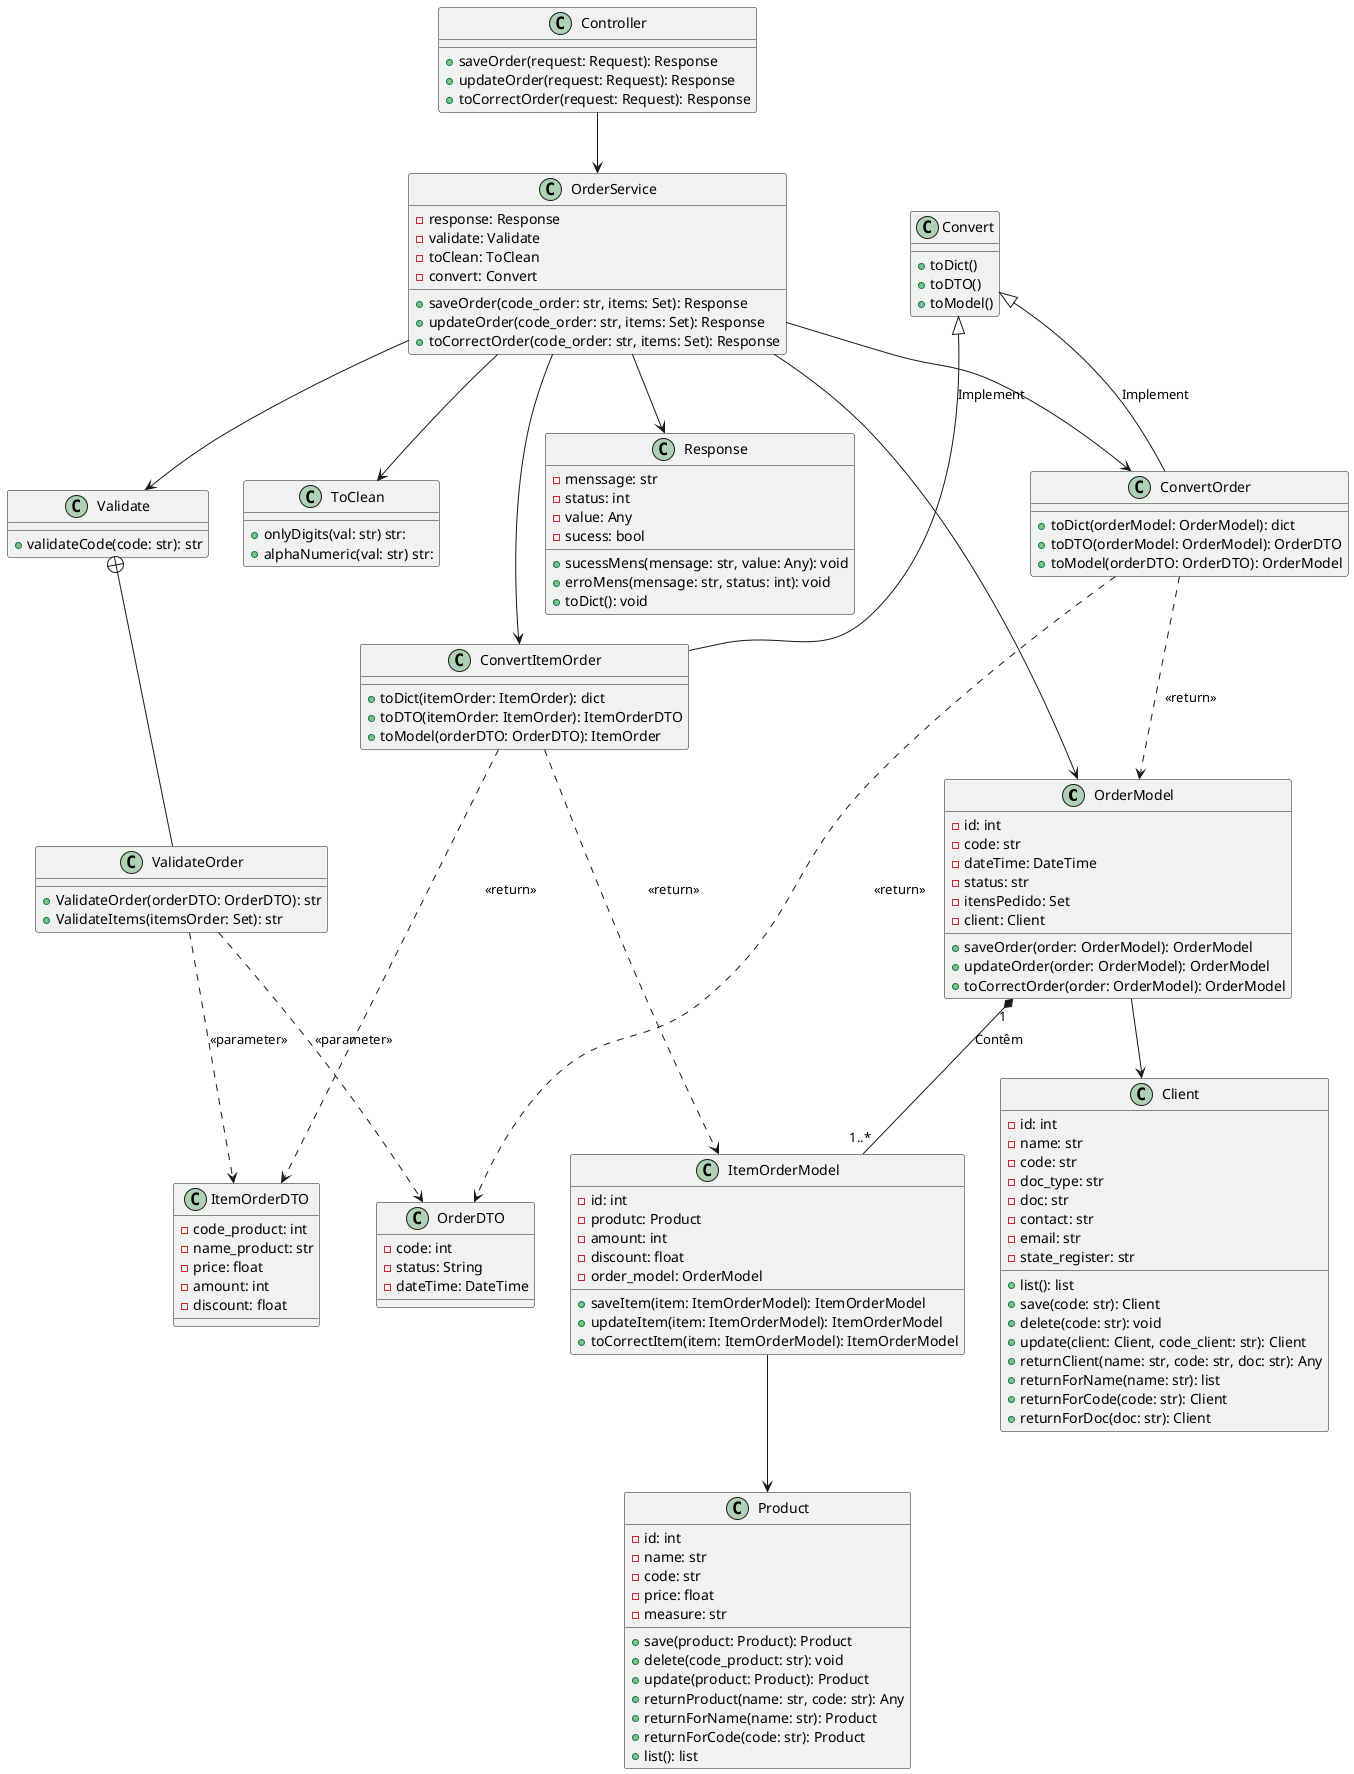
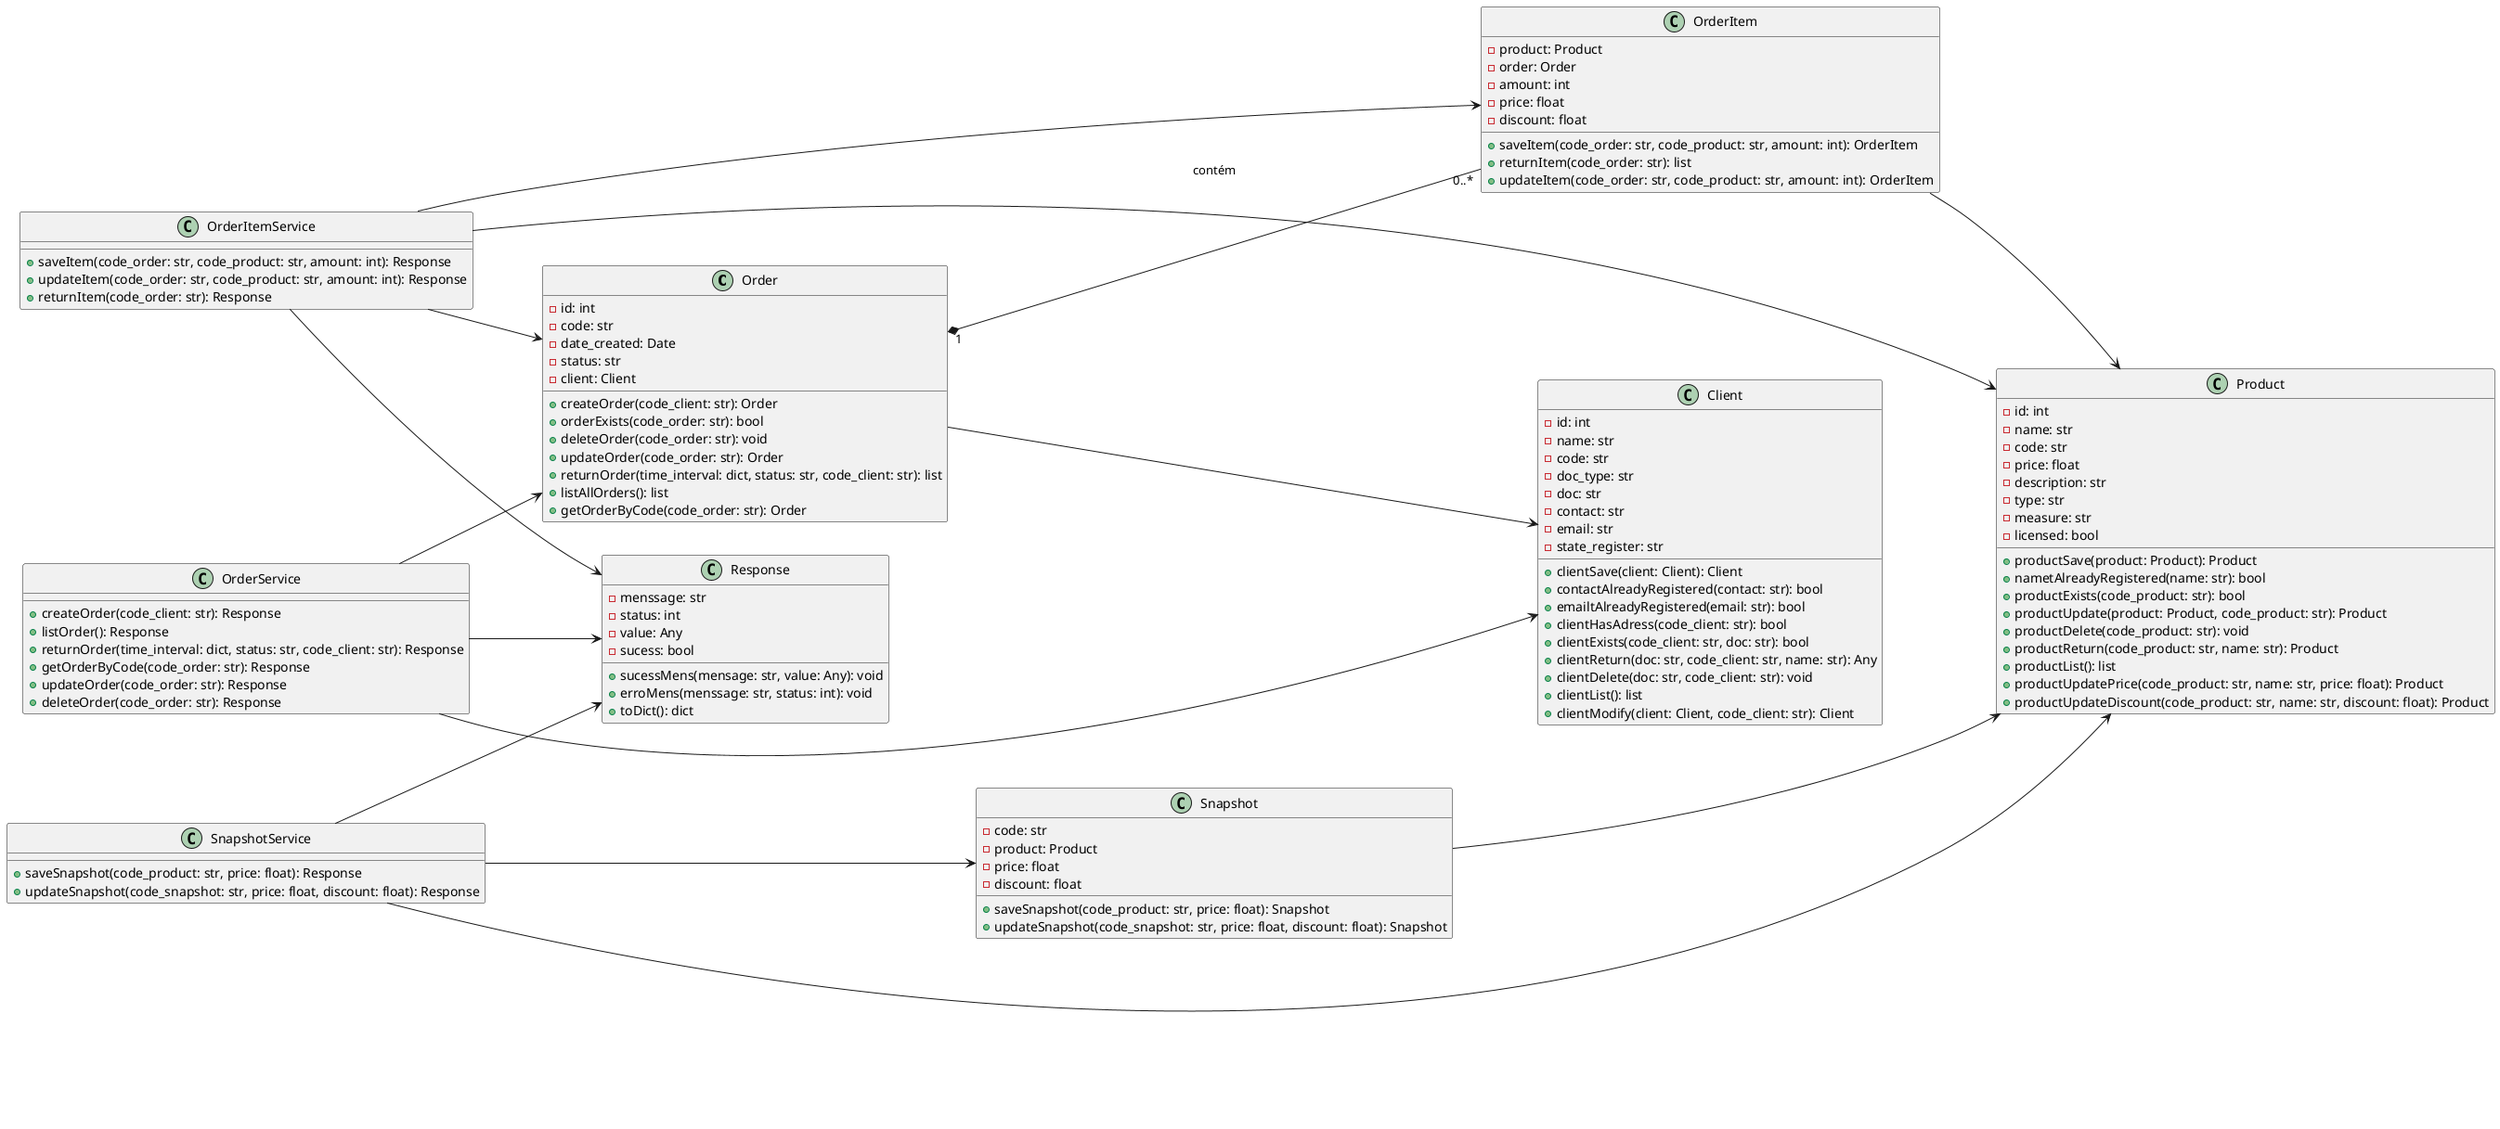
@startuml "Diagrama de Classes - Pedido"

- class OrderModel {
+ left to right direction
+ 
+ class Order {
    -id: int
    -code: str
-     -dateTime: DateTime
+     -date_created: Date
    -status: str
-     -itensPedido: Set
    -client: Client

-     +saveOrder(order: OrderModel): OrderModel
-     +updateOrder(order: OrderModel): OrderModel
-     +toCorrectOrder(order: OrderModel): OrderModel
+     +createOrder(code_client: str): Order
+     +orderExists(code_order: str): bool
+     +deleteOrder(code_order: str): void
+     +updateOrder(code_order: str): Order
+     +returnOrder(time_interval: dict, status: str, code_client: str): list
+     +listAllOrders(): list
+     +getOrderByCode(code_order: str): Order
}

class Client {
    -id: int
    -name: str
    -code: str
    -doc_type: str
    -doc: str
    -contact: str
    -email: str
    -state_register: str

-     +list(): list
-     +save(code: str): Client
-     +delete(code: str): void
-     +update(client: Client, code_client: str): Client
-     +returnClient(name: str, code: str, doc: str): Any
-     +returnForName(name: str): list
-     +returnForCode(code: str): Client
-     +returnForDoc(doc: str): Client
+     +clientSave(client: Client): Client
+     +contactAlreadyRegistered(contact: str): bool
+     +emailtAlreadyRegistered(email: str): bool
+     +clientHasAdress(code_client: str): bool
+     +clientExists(code_client: str, doc: str): bool
+     +clientReturn(doc: str, code_client: str, name: str): Any
+     +clientDelete(doc: str, code_client: str): void
+     +clientList(): list
+     +clientModify(client: Client, code_client: str): Client
}

class Product {
    -id: int
    -name: str
    -code: str
    -price: float
+     -description: str
+     -type: str
    -measure: str
+     -licensed: bool

-     +save(product: Product): Product
-     +delete(code_product: str): void
-     +update(product: Product): Product
-     +returnProduct(name: str, code: str): Any
-     +returnForName(name: str): Product
-     +returnForCode(code: str): Product
-     +list(): list
+     +productSave(product: Product): Product
+     +nametAlreadyRegistered(name: str): bool
+     +productExists(code_product: str): bool
+     +productUpdate(product: Product, code_product: str): Product
+     +productDelete(code_product: str): void
+     +productReturn(code_product: str, name: str): Product
+     +productList(): list
+     +productUpdatePrice(code_product: str, name: str, price: float): Product
+     +productUpdateDiscount(code_product: str, name: str, discount: float): Product
}

- class ItemOrderModel {
-     -id: int
-     -produtc: Product
+ class Snapshot {
+     -code: str
+     -product: Product
+     -price: float
+     -discount: float
+ 
+     +saveSnapshot(code_product: str, price: float): Snapshot
+     +updateSnapshot(code_snapshot: str, price: float, discount: float): Snapshot
+ }
+ 
+ class OrderItem {
+     -product: Product
+     -order: Order
    -amount: int
+     -price: float
    -discount: float
-     -order_model: OrderModel

-     +saveItem(item: ItemOrderModel): ItemOrderModel
-     +updateItem(item: ItemOrderModel): ItemOrderModel
-     +toCorrectItem(item: ItemOrderModel): ItemOrderModel
+     +saveItem(code_order: str, code_product: str, amount: int): OrderItem
+     +returnItem(code_order: str): list
+     +updateItem(code_order: str, code_product: str, amount: int): OrderItem
}

class OrderService {
-     -response: Response
-     -validate: Validate
-     -toClean: ToClean
-     -convert: Convert
- 
-     +saveOrder(code_order: str, items: Set): Response
-     +updateOrder(code_order: str, items: Set): Response
-     +toCorrectOrder(code_order: str, items: Set): Response
+     +createOrder(code_client: str): Response
+     +listOrder(): Response
+     +returnOrder(time_interval: dict, status: str, code_client: str): Response
+     +getOrderByCode(code_order: str): Response
+     +updateOrder(code_order: str): Response
+     +deleteOrder(code_order: str): Response
}

- class Controller {
-     +saveOrder(request: Request): Response
-     +updateOrder(request: Request): Response
-     +toCorrectOrder(request: Request): Response
+ class OrderItemService {
+     +saveItem(code_order: str, code_product: str, amount: int): Response
+     +updateItem(code_order: str, code_product: str, amount: int): Response
+     +returnItem(code_order: str): Response
+ }
+ 
+ class SnapshotService {
+     +saveSnapshot(code_product: str, price: float): Response
+     +updateSnapshot(code_snapshot: str, price: float, discount: float): Response
}

class Response {
    -menssage: str
    -status: int
    -value: Any
    -sucess: bool

    +sucessMens(mensage: str, value: Any): void
-     +erroMens(mensage: str, status: int): void
-     +toDict(): void
+     +erroMens(menssage: str, status: int): void
+     +toDict(): dict
}

- class OrderDTO{
-     -code: int
-     -status: String
-     -dateTime: DateTime
- }
+ Order "1" *-- "0..*" OrderItem: contém
+ Order --> Client
+ OrderItem --> Product
+ Snapshot --> Product

- class ItemOrderDTO {
-     -code_product: int
-     -name_product: str
-     -price: float
-     -amount: int
-     -discount: float
- }
- 
- class Validate {
-     +validateCode(code: str): str
- }
- 
- class ValidateOrder {
-     +ValidateOrder(orderDTO: OrderDTO): str
-     +ValidateItems(itemsOrder: Set): str
- }
- 
- class ToClean {
-     +onlyDigits(val: str) str:
-     +alphaNumeric(val: str) str:
- }
- 
- class Convert {
-     +toDict()
-     +toDTO()
-     +toModel()
- }
- 
- class ConvertOrder {
-     +toDict(orderModel: OrderModel): dict
-     +toDTO(orderModel: OrderModel): OrderDTO
-     +toModel(orderDTO: OrderDTO): OrderModel
- }
- 
- class ConvertItemOrder {
-     +toDict(itemOrder: ItemOrder): dict
-     +toDTO(itemOrder: ItemOrder): ItemOrderDTO
-     +toModel(orderDTO: OrderDTO): ItemOrder
- }
- 
- OrderModel "1" *-- "1..*" ItemOrderModel: Contêm
- 
- OrderModel --> Client
- 
- ItemOrderModel --> Product
- 
- OrderService --> OrderModel
- 
- OrderService --> ToClean
- 
- OrderService --> Validate
- 
- OrderService --> ConvertOrder
- 
- OrderService --> ConvertItemOrder
- 
- Convert <|-- ConvertOrder: Implement
- 
- Convert <|-- ConvertItemOrder: Implement
- 
+ OrderService --> Order
+ OrderService --> Client
OrderService --> Response

- Validate +-- ValidateOrder
+ OrderItemService --> OrderItem
+ OrderItemService --> Order
+ OrderItemService --> Product
+ OrderItemService --> Response

- Controller --> OrderService
- 
- ConvertOrder ..> OrderDTO: <<return>>
- 
- ConvertOrder ..> OrderModel: <<return>>
- 
- ConvertItemOrder ..> ItemOrderDTO: <<return>>
- 
- ConvertItemOrder ..> ItemOrderModel: <<return>>
- 
- ValidateOrder ..> OrderDTO: <<parameter>>
- 
- ValidateOrder ..> ItemOrderDTO: <<parameter>>
+ SnapshotService --> Snapshot
+ SnapshotService --> Product
+ SnapshotService --> Response

@enduml